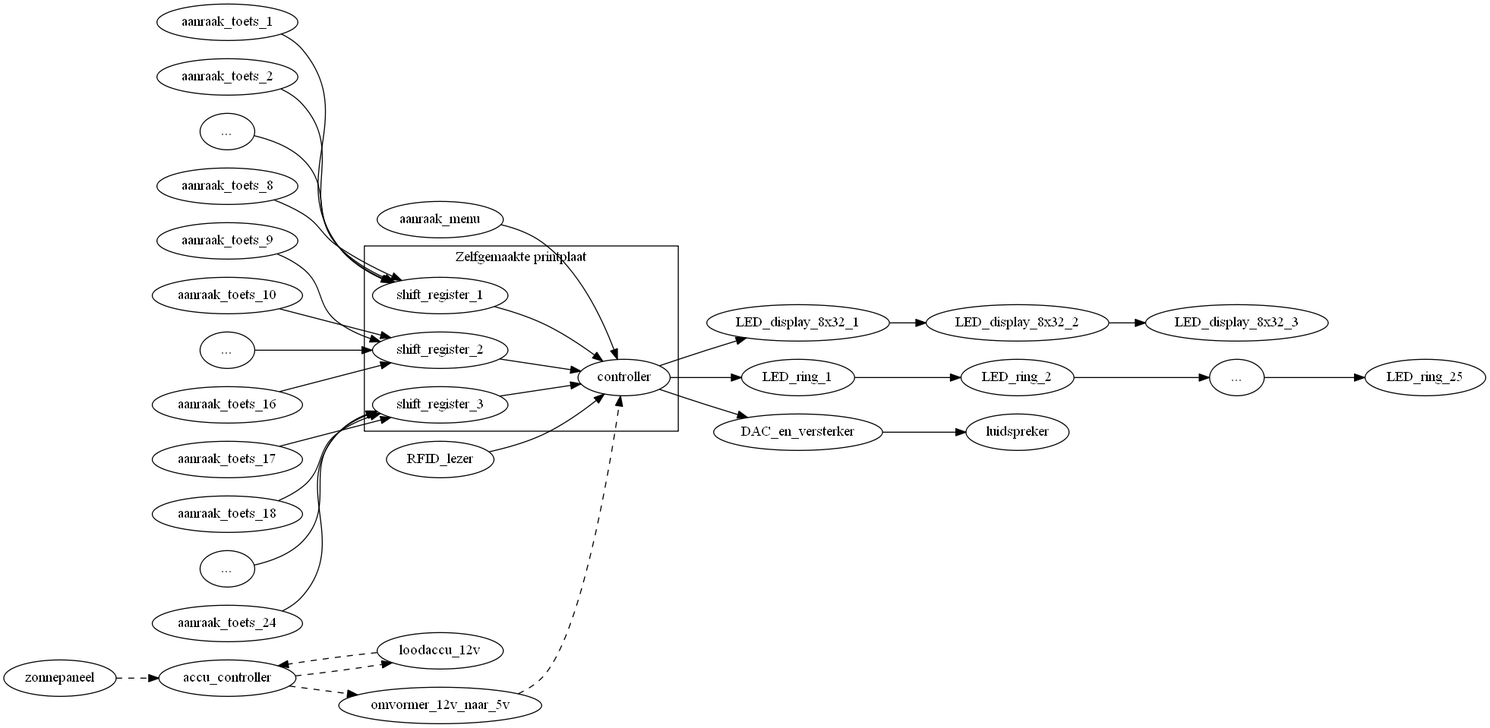
This is Overzicht elektrisch schema.png from woutput/regenboogpiano, a Graphviz export, as it was before one commit. Its source is kept beside it as Overzicht elektrisch schema.gv.
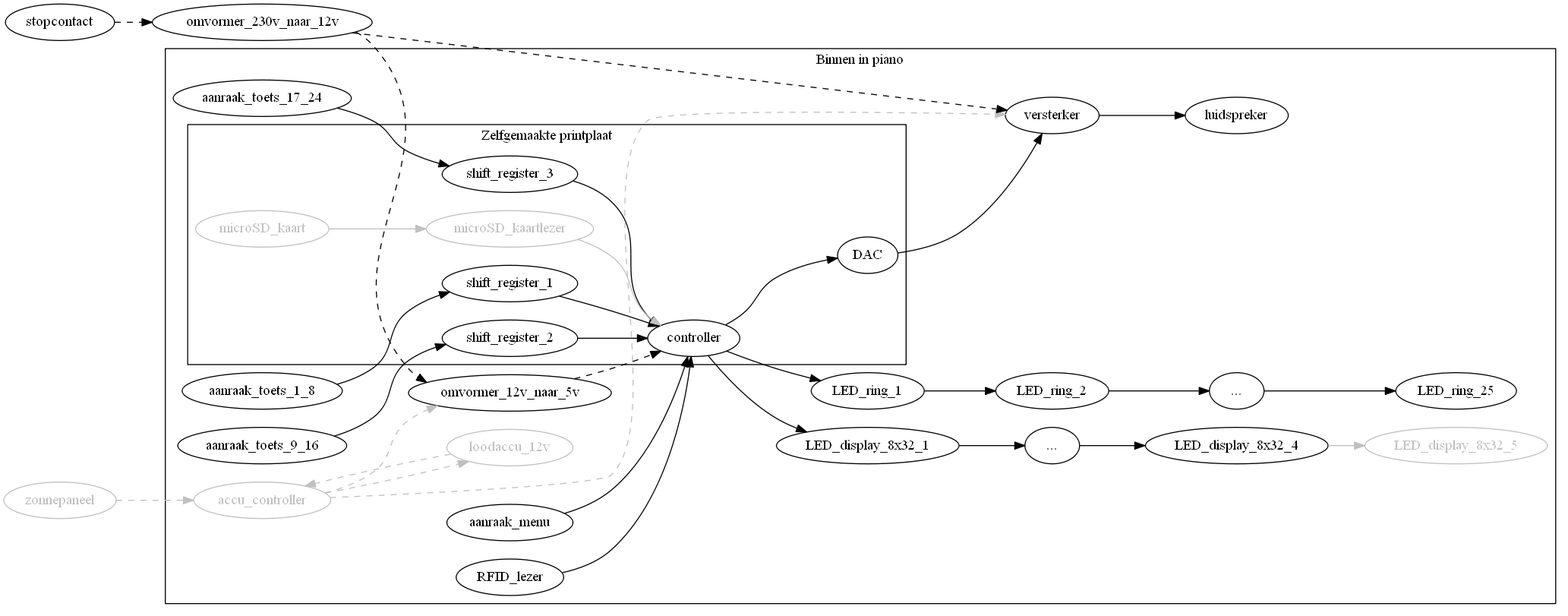
After the commit.

Commit message:
Update overzicht elektrisch schema

What changed in the source:
```diff
@@ -1,6 +1,9 @@
 digraph
 {
 	rankdir = LR
+
+	subgraph cluster_piano {
+		label = "Binnen in piano"
 
 	subgraph cluster_pcb {
 		label = "Zelfgemaakte printplaat"
@@ -8,25 +11,14 @@
 		shift_register_2
 		shift_register_3
 		controller
+		microSD_kaartlezer [color = grey; fontcolor = grey]
+		microSD_kaart [color = grey; fontcolor = grey]
+		DAC
 	}
 
-	aanraak_toets_1 -> shift_register_1
-	aanraak_toets_2 -> shift_register_1
-	aanraak_toets_3 [label = "..."]
-	aanraak_toets_3 -> shift_register_1
-	aanraak_toets_8 -> shift_register_1
-
-	aanraak_toets_9 -> shift_register_2
-	aanraak_toets_10 -> shift_register_2
-	aanraak_toets_11 [label = "..."]
-	aanraak_toets_11 -> shift_register_2
-	aanraak_toets_16 -> shift_register_2
-
-	aanraak_toets_17 -> shift_register_3
-	aanraak_toets_18 -> shift_register_3
-	aanraak_toets_19 [label = "..."]
-	aanraak_toets_19 -> shift_register_3
-	aanraak_toets_24 -> shift_register_3
+	aanraak_toets_1_8 -> shift_register_1
+	aanraak_toets_9_16 -> shift_register_2
+	aanraak_toets_17_24 -> shift_register_3
 
 	aanraak_menu -> controller
 
@@ -37,8 +29,11 @@
 	RFID_lezer -> controller
 
 	controller -> LED_display_8x32_1
+	LED_display_8x32_2 [label = "..."]
 	LED_display_8x32_1 -> LED_display_8x32_2
-	LED_display_8x32_2 -> LED_display_8x32_3
+	LED_display_8x32_2 -> LED_display_8x32_4
+	LED_display_8x32_5 [color = grey; fontcolor = grey]
+	LED_display_8x32_4 -> LED_display_8x32_5 [color = grey]
 
 	controller -> LED_ring_1
 	LED_ring_1 -> LED_ring_2
@@ -46,12 +41,25 @@
 	LED_ring_3 [label = "..."]
 	LED_ring_3 -> LED_ring_25
 
-	controller -> DAC_en_versterker
-	DAC_en_versterker -> luidspreker
+	controller -> DAC
+	DAC -> versterker
+	versterker -> luidspreker
 
-	zonnepaneel -> accu_controller [style = dashed]
-	accu_controller -> loodaccu_12v [style = dashed]
-	loodaccu_12v -> accu_controller [style = dashed]
-	accu_controller -> omvormer_12v_naar_5v [style = dashed]
+	accu_controller [color = grey; fontcolor = grey]
+	loodaccu_12v [color = grey; fontcolor = grey]
+
+	accu_controller -> loodaccu_12v [style = dashed; color = grey]
+	loodaccu_12v -> accu_controller [style = dashed; color = grey]
+	accu_controller -> omvormer_12v_naar_5v [style = dashed; color = grey]
+	accu_controller -> versterker [style = dashed; color = grey]
 	omvormer_12v_naar_5v -> controller [style = dashed]
+
+	microSD_kaartlezer -> controller [color = grey]
+	microSD_kaart -> microSD_kaartlezer [color = grey]
+	}
+	omvormer_230v_naar_12v -> omvormer_12v_naar_5v [style = dashed]
+	omvormer_230v_naar_12v -> versterker [style = dashed]
+	stopcontact -> omvormer_230v_naar_12v [style = dashed]
+	zonnepaneel [color = grey; fontcolor = grey]
+	zonnepaneel -> accu_controller [style = dashed; color = grey]
 }
```
